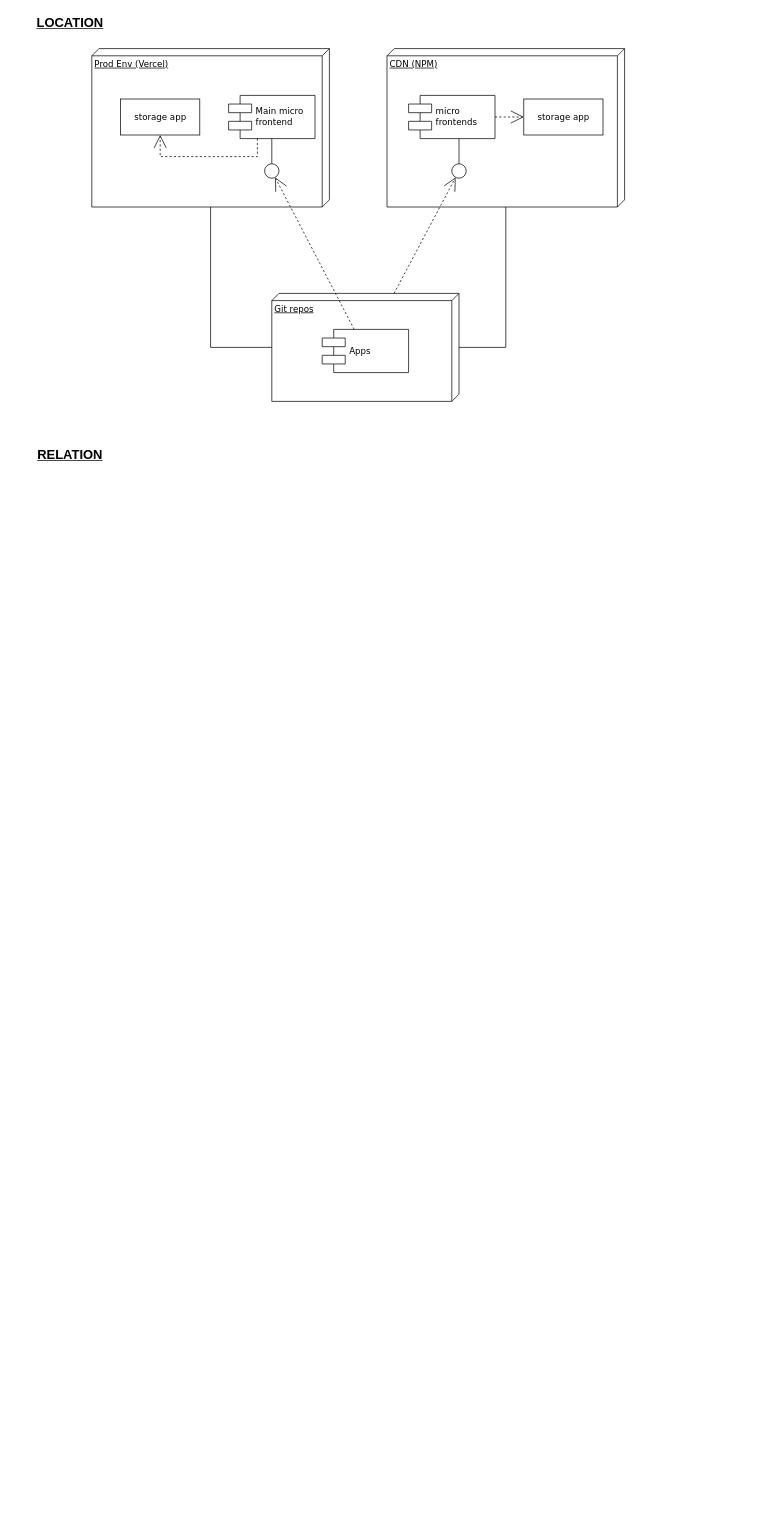
The draw.io diagram Untitled Diagram.drawio in voloshyndmitry/hivery-micro-fe-app, before the edit. Source tidied: cells renumbered, new cells numbered last; positions are measured from the earlier drawing's top-left corner, leaving out a move shared by most shapes. Both pictures are drawn from the tidied source at 72%, with x=0, y=0 at pixel (48, 12).
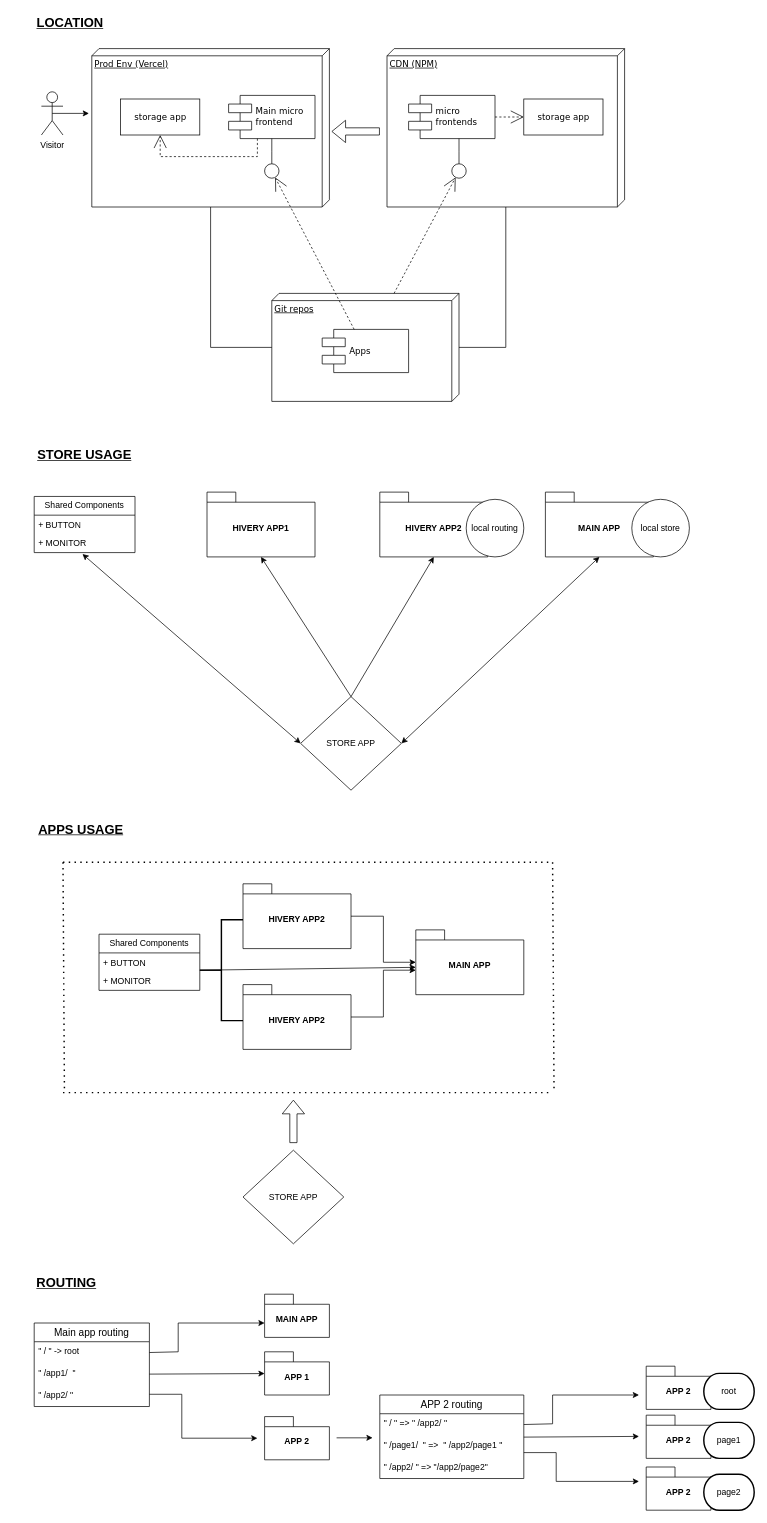
The same page after the edit.

Unchanged cells that the change refers to:
```xml
<mxCell id="2" value="Prod Env (Vercel)" style="verticalAlign=top;align=left;spacingTop=8;spacingLeft=2;spacingRight=12;shape=cube;size=10;direction=south;fontStyle=4;html=1;rounded=0;shadow=0;comic=0;labelBackgroundColor=none;strokeWidth=1;fontFamily=Verdana;fontSize=12;" parent="1" vertex="1">
  <mxGeometry x="60" y="50" width="330" height="220" as="geometry" />
</mxCell>
```

Change to the diagram source:
```diff
@@
-    <mxCell id="21" value="&lt;b&gt;&lt;u&gt;&lt;font style=&quot;font-size: 18px;&quot;&gt;RELATION&lt;/font&gt;&lt;/u&gt;&lt;/b&gt;" style="text;html=1;strokeColor=none;fillColor=none;align=center;verticalAlign=middle;whiteSpace=wrap;rounded=0;" parent="1" vertex="1">
-      <mxGeometry y="600" width="60" height="30" as="geometry" />
+    <mxCell id="21" value="&lt;b&gt;&lt;u&gt;&lt;font style=&quot;font-size: 18px;&quot;&gt;STORE USAGE&lt;/font&gt;&lt;/u&gt;&lt;/b&gt;" style="text;html=1;strokeColor=none;fillColor=none;align=center;verticalAlign=middle;whiteSpace=wrap;rounded=0;" parent="1" vertex="1">
+      <mxGeometry x="-25" y="600" width="150" height="30" as="geometry" />
     </mxCell>
+    <mxCell id="22" value="Shared Components" style="swimlane;fontStyle=0;horizontal=1;startSize=26;fillColor=none;whiteSpace=wrap;html=1;" parent="1" vertex="1">
+      <mxGeometry x="-20" y="672" width="140" height="78" as="geometry" />
+    </mxCell>
+    <mxCell id="23" value="+ BUTTON" style="text;strokeColor=none;fillColor=none;align=left;verticalAlign=top;spacingLeft=4;spacingRight=4;overflow=hidden;whiteSpace=wrap;html=1;" parent="22" vertex="1">
+      <mxGeometry y="26" width="140" height="26" as="geometry" />
+    </mxCell>
+    <mxCell id="24" value="+ MONITOR" style="text;strokeColor=none;fillColor=none;align=left;verticalAlign=top;spacingLeft=4;spacingRight=4;overflow=hidden;points=[[0,0.5],[1,0.5]];portConstraint=eastwest;whiteSpace=wrap;html=1;" parent="22" vertex="1">
+      <mxGeometry y="52" width="140" height="26" as="geometry" />
+    </mxCell>
+    <mxCell id="25" value="MAIN APP" style="shape=folder;fontStyle=1;spacingTop=10;tabWidth=40;tabHeight=14;tabPosition=left;html=1;whiteSpace=wrap;" parent="1" vertex="1">
+      <mxGeometry x="690" y="666" width="150" height="90" as="geometry" />
+    </mxCell>
+    <mxCell id="26" value="STORE APP" style="shape=rhombus;perimeter=rhombusPerimeter;whiteSpace=wrap;html=1;align=center;" parent="1" vertex="1">
+      <mxGeometry x="350" y="950" width="140" height="130" as="geometry" />
+    </mxCell>
+    <mxCell id="27" style="endArrow=classic;startArrow=classic;html=1;rounded=0;entryX=0.5;entryY=1;entryDx=0;entryDy=0;entryPerimeter=0;exitX=1;exitY=0.5;exitDx=0;exitDy=0;" parent="1" edge="1" source="26" target="25">
+      <mxGeometry relative="1" as="geometry" />
+    </mxCell>
+    <mxCell id="28" style="endArrow=classic;startArrow=classic;html=1;rounded=0;exitX=0;exitY=0.5;exitDx=0;exitDy=0;entryX=0.479;entryY=1.077;entryDx=0;entryDy=0;entryPerimeter=0;" parent="1" edge="1" source="26" target="24">
+      <mxGeometry relative="1" as="geometry" />
+    </mxCell>
+    <mxCell id="29" value="HIVERY APP1" style="shape=folder;fontStyle=1;spacingTop=10;tabWidth=40;tabHeight=14;tabPosition=left;html=1;whiteSpace=wrap;" parent="1" vertex="1">
+      <mxGeometry x="220" y="666" width="150" height="90" as="geometry" />
+    </mxCell>
+    <mxCell id="30" value="HIVERY APP2" style="shape=folder;fontStyle=1;spacingTop=10;tabWidth=40;tabHeight=14;tabPosition=left;html=1;whiteSpace=wrap;" parent="1" vertex="1">
+      <mxGeometry x="460" y="666" width="150" height="90" as="geometry" />
+    </mxCell>
+    <mxCell id="31" style="endArrow=classic;html=1;rounded=0;exitX=0.5;exitY=0;exitDx=0;exitDy=0;entryX=0.5;entryY=1;entryDx=0;entryDy=0;entryPerimeter=0;" parent="1" edge="1" source="26" target="29">
+      <mxGeometry relative="1" as="geometry" />
+    </mxCell>
+    <mxCell id="32" style="endArrow=classic;html=1;rounded=0;exitX=0.5;exitY=0;exitDx=0;exitDy=0;entryX=0.5;entryY=1;entryDx=0;entryDy=0;entryPerimeter=0;" parent="1" edge="1" source="26" target="30">
+      <mxGeometry relative="1" as="geometry" />
+    </mxCell>
+    <mxCell id="33" value="&lt;font size=&quot;4&quot;&gt;&lt;b&gt;&lt;u&gt;APPS USAGE&lt;/u&gt;&lt;/b&gt;&lt;/font&gt;" style="text;html=1;strokeColor=none;fillColor=none;align=center;verticalAlign=middle;whiteSpace=wrap;rounded=0;" parent="1" vertex="1">
+      <mxGeometry x="-30" y="1120" width="150" height="30" as="geometry" />
+    </mxCell>
+    <mxCell id="34" value="local store" style="ellipse;whiteSpace=wrap;html=1;" parent="1" vertex="1">
+      <mxGeometry x="810" y="676" width="80" height="80" as="geometry" />
+    </mxCell>
+    <mxCell id="35" value="local routing" style="ellipse;whiteSpace=wrap;html=1;" parent="1" vertex="1">
+      <mxGeometry x="580" y="676" width="80" height="80" as="geometry" />
+    </mxCell>
+    <mxCell id="36" value="Visitor" style="shape=umlActor;verticalLabelPosition=bottom;verticalAlign=top;html=1;outlineConnect=0;" parent="1" vertex="1">
+      <mxGeometry x="-10" y="110" width="30" height="60" as="geometry" />
+    </mxCell>
+    <mxCell id="37" style="edgeStyle=orthogonalEdgeStyle;rounded=0;jettySize=auto;html=1;exitX=0.5;exitY=0.5;exitDx=0;exitDy=0;exitPerimeter=0;entryX=0.409;entryY=1.012;entryDx=0;entryDy=0;entryPerimeter=0;" parent="1" edge="1" source="36" target="2">
+      <mxGeometry relative="1" as="geometry" />
+    </mxCell>
+    <mxCell id="38" style="shape=flexArrow;endArrow=classic;html=1;rounded=0;entryX=0.523;entryY=-0.009;entryDx=0;entryDy=0;entryPerimeter=0;" parent="1" edge="1" target="2">
+      <mxGeometry relative="1" as="geometry">
+        <mxPoint x="460" y="165" as="sourcePoint" />
+      </mxGeometry>
+    </mxCell>
+    <mxCell id="39" style="edgeStyle=orthogonalEdgeStyle;rounded=0;jettySize=auto;html=1;" parent="1" edge="1" source="40" target="47">
+      <mxGeometry relative="1" as="geometry" />
+    </mxCell>
+    <mxCell id="40" value="HIVERY APP2" style="shape=folder;fontStyle=1;spacingTop=10;tabWidth=40;tabHeight=14;tabPosition=left;html=1;whiteSpace=wrap;" parent="1" vertex="1">
+      <mxGeometry x="270" y="1210" width="150" height="90" as="geometry" />
+    </mxCell>
+    <mxCell id="41" value="Shared Components" style="swimlane;fontStyle=0;horizontal=1;startSize=26;fillColor=none;whiteSpace=wrap;html=1;" parent="1" vertex="1">
+      <mxGeometry x="70" y="1280" width="140" height="78" as="geometry" />
+    </mxCell>
+    <mxCell id="42" value="+ BUTTON" style="text;strokeColor=none;fillColor=none;align=left;verticalAlign=top;spacingLeft=4;spacingRight=4;overflow=hidden;whiteSpace=wrap;html=1;" parent="41" vertex="1">
+      <mxGeometry y="26" width="140" height="26" as="geometry" />
+    </mxCell>
+    <mxCell id="43" value="+ MONITOR" style="text;strokeColor=none;fillColor=none;align=left;verticalAlign=top;spacingLeft=4;spacingRight=4;overflow=hidden;whiteSpace=wrap;html=1;" parent="41" vertex="1">
+      <mxGeometry y="52" width="140" height="26" as="geometry" />
+    </mxCell>
+    <mxCell id="44" style="edgeStyle=orthogonalEdgeStyle;rounded=0;jettySize=auto;html=1;" parent="1" edge="1" source="45" target="47">
+      <mxGeometry relative="1" as="geometry">
+        <Array as="points">
+          <mxPoint x="465" y="1395" />
+          <mxPoint x="465" y="1330" />
+        </Array>
+      </mxGeometry>
+    </mxCell>
+    <mxCell id="45" value="HIVERY APP2" style="shape=folder;fontStyle=1;spacingTop=10;tabWidth=40;tabHeight=14;tabPosition=left;html=1;whiteSpace=wrap;" parent="1" vertex="1">
+      <mxGeometry x="270" y="1350" width="150" height="90" as="geometry" />
+    </mxCell>
+    <mxCell id="46" value="STORE APP" style="shape=rhombus;perimeter=rhombusPerimeter;whiteSpace=wrap;html=1;align=center;" parent="1" vertex="1">
+      <mxGeometry x="270" y="1580" width="140" height="130" as="geometry" />
+    </mxCell>
+    <mxCell id="47" value="MAIN APP" style="shape=folder;fontStyle=1;spacingTop=10;tabWidth=40;tabHeight=14;tabPosition=left;html=1;whiteSpace=wrap;" parent="1" vertex="1">
+      <mxGeometry x="510" y="1274" width="150" height="90" as="geometry" />
+    </mxCell>
+    <mxCell id="48" style="strokeWidth=2;html=1;shape=mxgraph.flowchart.annotation_2;align=left;labelPosition=right;" parent="1" vertex="1">
+      <mxGeometry x="210" y="1260" width="60" height="140" as="geometry" />
+    </mxCell>
+    <mxCell id="49" style="endArrow=none;dashed=1;html=1;dashPattern=1 3;strokeWidth=2;rounded=0;" parent="1" edge="1">
+      <mxGeometry relative="1" as="geometry">
+        <mxPoint x="20" y="1180" as="sourcePoint" />
+        <mxPoint x="697" y="1180" as="targetPoint" />
+      </mxGeometry>
+    </mxCell>
+    <mxCell id="50" style="endArrow=none;dashed=1;html=1;dashPattern=1 3;strokeWidth=2;rounded=0;" parent="1" edge="1">
+      <mxGeometry relative="1" as="geometry">
+        <mxPoint x="700" y="1180" as="sourcePoint" />
+        <mxPoint x="702" y="1499" as="targetPoint" />
+      </mxGeometry>
+    </mxCell>
+    <mxCell id="51" style="endArrow=none;dashed=1;html=1;dashPattern=1 3;strokeWidth=2;rounded=0;" parent="1" edge="1">
+      <mxGeometry relative="1" as="geometry">
+        <mxPoint x="20" y="1180" as="sourcePoint" />
+        <mxPoint x="22" y="1499" as="targetPoint" />
+      </mxGeometry>
+    </mxCell>
+    <mxCell id="52" style="endArrow=none;dashed=1;html=1;dashPattern=1 3;strokeWidth=2;rounded=0;" parent="1" edge="1">
+      <mxGeometry relative="1" as="geometry">
+        <mxPoint x="20" y="1500" as="sourcePoint" />
+        <mxPoint x="697" y="1500" as="targetPoint" />
+      </mxGeometry>
+    </mxCell>
+    <mxCell id="53" style="shape=flexArrow;endArrow=classic;html=1;rounded=0;" parent="1" edge="1">
+      <mxGeometry relative="1" as="geometry">
+        <mxPoint x="340" y="1570" as="sourcePoint" />
+        <mxPoint x="340" y="1510" as="targetPoint" />
+      </mxGeometry>
+    </mxCell>
+    <mxCell id="54" style="endArrow=classic;html=1;rounded=0;exitX=0;exitY=0.5;exitDx=0;exitDy=0;exitPerimeter=0;entryX=0;entryY=0;entryDx=0;entryDy=52;entryPerimeter=0;" parent="1" edge="1" source="48" target="47">
+      <mxGeometry relative="1" as="geometry" />
+    </mxCell>
+    <mxCell id="55" value="&lt;font size=&quot;4&quot;&gt;&lt;b&gt;&lt;u&gt;ROUTING&lt;/u&gt;&lt;/b&gt;&lt;/font&gt;" style="text;html=1;strokeColor=none;fillColor=none;align=center;verticalAlign=middle;whiteSpace=wrap;rounded=0;" parent="1" vertex="1">
+      <mxGeometry x="-50" y="1750" width="150" height="30" as="geometry" />
+    </mxCell>
+    <mxCell id="56" value="Main app routing" style="swimlane;fontStyle=0;horizontal=1;startSize=26;align=center;fontSize=14;" parent="1" vertex="1">
+      <mxGeometry x="-20" y="1820" width="160" height="116" as="geometry" />
+    </mxCell>
+    <mxCell id="57" value="&quot; / &quot; -&amp;gt; root" style="text;strokeColor=none;fillColor=none;spacingLeft=4;spacingRight=4;overflow=hidden;points=[[0,0.5],[1,0.5]];portConstraint=eastwest;fontSize=12;whiteSpace=wrap;html=1;" parent="56" vertex="1">
+      <mxGeometry y="26" width="160" height="30" as="geometry" />
+    </mxCell>
+    <mxCell id="58" value="&quot; /app1/ &amp;nbsp;&quot;" style="text;strokeColor=none;fillColor=none;spacingLeft=4;spacingRight=4;overflow=hidden;points=[[0,0.5],[1,0.5]];portConstraint=eastwest;fontSize=12;whiteSpace=wrap;html=1;" parent="56" vertex="1">
+      <mxGeometry y="56" width="160" height="30" as="geometry" />
+    </mxCell>
+    <mxCell id="59" value="&quot; /app2/ &quot;" style="text;strokeColor=none;fillColor=none;spacingLeft=4;spacingRight=4;overflow=hidden;fontSize=12;whiteSpace=wrap;html=1;" parent="56" vertex="1">
+      <mxGeometry y="86" width="160" height="30" as="geometry" />
+    </mxCell>
+    <mxCell id="60" style="endArrow=classic;html=1;rounded=0;exitX=1;exitY=0.5;exitDx=0;exitDy=0;" parent="1" edge="1" source="57">
+      <mxGeometry relative="1" as="geometry">
+        <mxPoint x="300" y="1820" as="targetPoint" />
+        <Array as="points">
+          <mxPoint x="180" y="1860" />
+          <mxPoint x="180" y="1820" />
+        </Array>
+      </mxGeometry>
+    </mxCell>
+    <mxCell id="61" value="MAIN APP" style="shape=folder;fontStyle=1;spacingTop=10;tabWidth=40;tabHeight=14;tabPosition=left;html=1;whiteSpace=wrap;" parent="1" vertex="1">
+      <mxGeometry x="300" y="1780" width="90" height="60" as="geometry" />
+    </mxCell>
+    <mxCell id="62" value="APP 1" style="shape=folder;fontStyle=1;spacingTop=10;tabWidth=40;tabHeight=14;tabPosition=left;html=1;whiteSpace=wrap;" parent="1" vertex="1">
+      <mxGeometry x="300" y="1860" width="90" height="60" as="geometry" />
+    </mxCell>
+    <mxCell id="63" value="APP 2" style="shape=folder;fontStyle=1;spacingTop=10;tabWidth=40;tabHeight=14;tabPosition=left;html=1;whiteSpace=wrap;" parent="1" vertex="1">
+      <mxGeometry x="300" y="1950" width="90" height="60" as="geometry" />
+    </mxCell>
+    <mxCell id="64" style="endArrow=classic;html=1;rounded=0;exitX=1;exitY=0.5;exitDx=0;exitDy=0;" parent="1" edge="1" source="58" target="62">
+      <mxGeometry relative="1" as="geometry" />
+    </mxCell>
+    <mxCell id="65" style="endArrow=classic;html=1;rounded=0;" parent="1" edge="1">
+      <mxGeometry relative="1" as="geometry">
+        <mxPoint x="140" y="1919" as="sourcePoint" />
+        <mxPoint x="290" y="1980" as="targetPoint" />
+        <Array as="points">
+          <mxPoint x="185" y="1919" />
+          <mxPoint x="185" y="1980" />
+        </Array>
+      </mxGeometry>
+    </mxCell>
+    <mxCell id="66" style="endArrow=classic;html=1;rounded=0;" parent="1" edge="1">
+      <mxGeometry relative="1" as="geometry">
+        <mxPoint x="400" y="1979.5" as="sourcePoint" />
+        <mxPoint x="450" y="1979.5" as="targetPoint" />
+      </mxGeometry>
+    </mxCell>
+    <mxCell id="67" value="APP 2 routing" style="swimlane;fontStyle=0;horizontal=1;startSize=26;align=center;fontSize=14;" parent="1" vertex="1">
+      <mxGeometry x="460" y="1920" width="200" height="116" as="geometry" />
+    </mxCell>
+    <mxCell id="68" value="&quot; / &quot; =&amp;gt; &quot; /app2/ &quot;" style="text;strokeColor=none;fillColor=none;spacingLeft=4;spacingRight=4;overflow=hidden;fontSize=12;whiteSpace=wrap;html=1;" parent="67" vertex="1">
+      <mxGeometry y="26" width="200" height="30" as="geometry" />
+    </mxCell>
+    <mxCell id="69" value="&quot; /page1/ &amp;nbsp;&quot; =&amp;gt; &amp;nbsp;&quot; /app2/page1 &quot;" style="text;strokeColor=none;fillColor=none;spacingLeft=4;spacingRight=4;overflow=hidden;fontSize=12;whiteSpace=wrap;html=1;" parent="67" vertex="1">
+      <mxGeometry y="56" width="200" height="30" as="geometry" />
+    </mxCell>
+    <mxCell id="70" value="&quot; /app2/ &quot; =&amp;gt; &quot;/app2/page2&quot;" style="text;strokeColor=none;fillColor=none;spacingLeft=4;spacingRight=4;overflow=hidden;fontSize=12;whiteSpace=wrap;html=1;" parent="67" vertex="1">
+      <mxGeometry y="86" width="200" height="30" as="geometry" />
+    </mxCell>
+    <mxCell id="71" style="endArrow=classic;html=1;rounded=0;exitX=1;exitY=0.5;exitDx=0;exitDy=0;" parent="1" edge="1">
+      <mxGeometry relative="1" as="geometry">
+        <mxPoint x="660" y="1961" as="sourcePoint" />
+        <mxPoint x="820" y="1920" as="targetPoint" />
+        <Array as="points">
+          <mxPoint x="700" y="1960" />
+          <mxPoint x="700" y="1920" />
+        </Array>
+      </mxGeometry>
+    </mxCell>
+    <mxCell id="72" style="endArrow=classic;html=1;rounded=0;exitX=1;exitY=0.5;exitDx=0;exitDy=0;" parent="1" edge="1">
+      <mxGeometry relative="1" as="geometry">
+        <mxPoint x="660" y="1978.5" as="sourcePoint" />
+        <mxPoint x="820" y="1977.5" as="targetPoint" />
+      </mxGeometry>
+    </mxCell>
+    <mxCell id="73" style="endArrow=classic;html=1;rounded=0;" parent="1" edge="1">
+      <mxGeometry relative="1" as="geometry">
+        <mxPoint x="660" y="2000" as="sourcePoint" />
+        <mxPoint x="820" y="2040" as="targetPoint" />
+        <Array as="points">
+          <mxPoint x="705" y="2000" />
+          <mxPoint x="705" y="2040" />
+        </Array>
+      </mxGeometry>
+    </mxCell>
+    <mxCell id="74" value="APP 2" style="shape=folder;fontStyle=1;spacingTop=10;tabWidth=40;tabHeight=14;tabPosition=left;html=1;whiteSpace=wrap;" parent="1" vertex="1">
+      <mxGeometry x="830" y="1880" width="90" height="60" as="geometry" />
+    </mxCell>
+    <mxCell id="75" value="root" style="strokeWidth=2;html=1;shape=mxgraph.flowchart.terminator;whiteSpace=wrap;" parent="1" vertex="1">
+      <mxGeometry x="910" y="1890" width="70" height="50" as="geometry" />
+    </mxCell>
+    <mxCell id="76" value="APP 2" style="shape=folder;fontStyle=1;spacingTop=10;tabWidth=40;tabHeight=14;tabPosition=left;html=1;whiteSpace=wrap;" parent="1" vertex="1">
+      <mxGeometry x="830" y="1948" width="90" height="60" as="geometry" />
+    </mxCell>
+    <mxCell id="77" value="page1" style="strokeWidth=2;html=1;shape=mxgraph.flowchart.terminator;whiteSpace=wrap;" parent="1" vertex="1">
+      <mxGeometry x="910" y="1958" width="70" height="50" as="geometry" />
+    </mxCell>
+    <mxCell id="78" value="APP 2" style="shape=folder;fontStyle=1;spacingTop=10;tabWidth=40;tabHeight=14;tabPosition=left;html=1;whiteSpace=wrap;" parent="1" vertex="1">
+      <mxGeometry x="830" y="2020" width="90" height="60" as="geometry" />
+    </mxCell>
+    <mxCell id="79" value="page2" style="strokeWidth=2;html=1;shape=mxgraph.flowchart.terminator;whiteSpace=wrap;" parent="1" vertex="1">
+      <mxGeometry x="910" y="2030" width="70" height="50" as="geometry" />
+    </mxCell>
```
